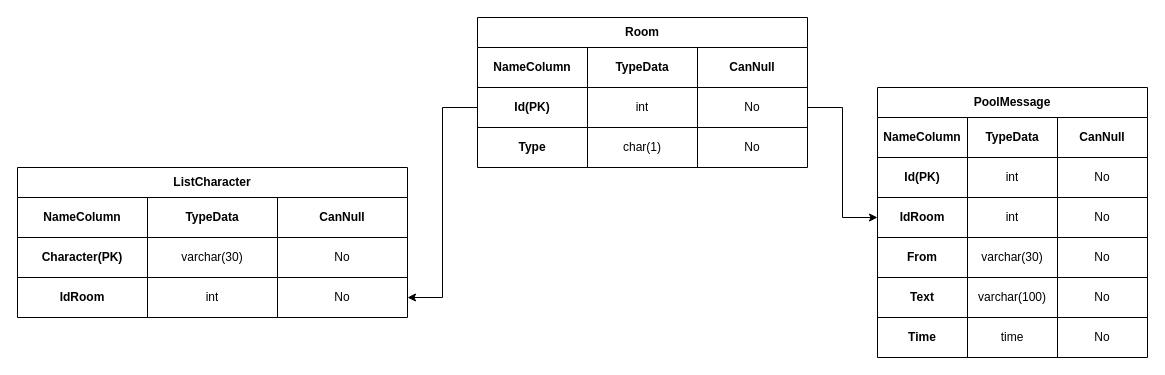
Earlier version of the draw.io diagram HelpData/DBChat.drawio (Falet/ChatApplication). Source tidied: cells renumbered, new cells numbered last; positions are measured from the earlier drawing's top-left corner, leaving out a move shared by most shapes. Both pictures are drawn from the tidied source at 100%, with x=0, y=0 at pixel (17, 17).
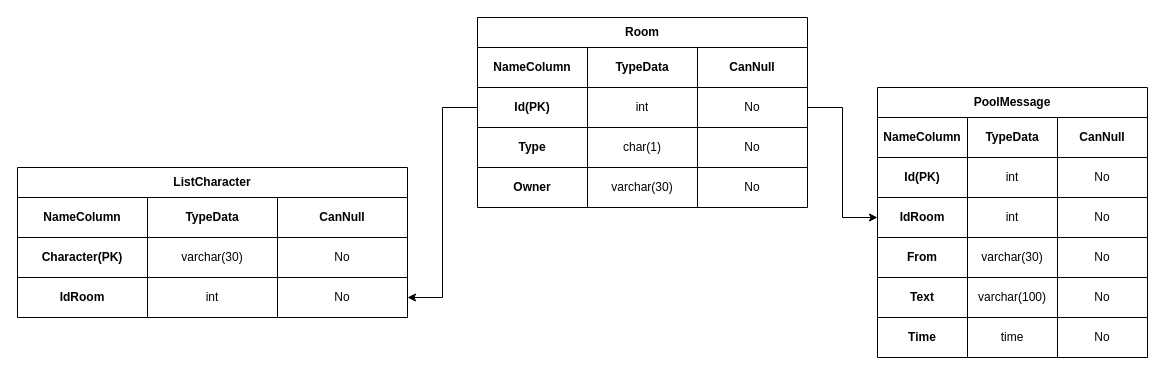
The same page after the edit.

What changed in the source:
```diff
@@
     <mxCell id="42" value="Room" style="shape=table;html=1;whiteSpace=wrap;startSize=30;childLayout=tableLayout;fontStyle=1;align=center;" parent="1" vertex="1">
-      <mxGeometry x="460" width="330" height="150" as="geometry" />
+      <mxGeometry x="460" width="330" height="190" as="geometry" />
     </mxCell>
@@
+    <mxCell id="55" style="shape=partialRectangle;html=1;whiteSpace=wrap;fillColor=none;top=0;left=0;bottom=0;right=0;" parent="42" vertex="1">
+      <mxGeometry y="150" width="330" height="40" as="geometry" />
+    </mxCell>
+    <mxCell id="56" value="&lt;b&gt;Owner&lt;/b&gt;" style="shape=partialRectangle;html=1;whiteSpace=wrap;fillColor=none;top=0;left=0;bottom=0;right=0;overflow=hidden;" parent="55" vertex="1">
+      <mxGeometry width="110" height="40" as="geometry" />
+    </mxCell>
+    <mxCell id="57" value="varchar(30)" style="shape=partialRectangle;html=1;whiteSpace=wrap;fillColor=none;top=0;left=0;bottom=0;right=0;overflow=hidden;" parent="55" vertex="1">
+      <mxGeometry x="110" width="110" height="40" as="geometry" />
+    </mxCell>
+    <mxCell id="58" value="No" style="shape=partialRectangle;html=1;whiteSpace=wrap;fillColor=none;top=0;left=0;bottom=0;right=0;overflow=hidden;" parent="55" vertex="1">
+      <mxGeometry x="220" width="110" height="40" as="geometry" />
+    </mxCell>
```
